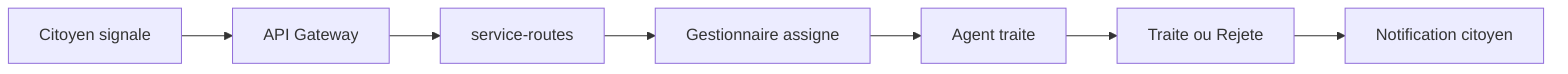
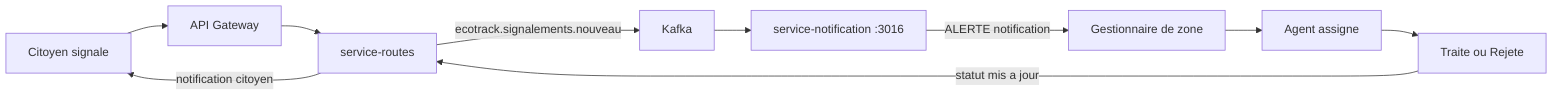
flowchart LR
    C[Citoyen signale] --> API[API Gateway]
    API --> R[service-routes]
-     R --> G[Gestionnaire assigne]
-     G --> A[Agent traite]
+     R -->|"ecotrack.signalements.nouveau"| K[Kafka]
+     K --> SN[service-notification :3016]
+     SN -->|"ALERTE notification"| G[Gestionnaire de zone]
+     G --> A[Agent assigne]
    A --> T[Traite ou Rejete]
-     T --> N[Notification citoyen]
+     T -->|"statut mis a jour"| R
+     R -->|"notification citoyen"| C
